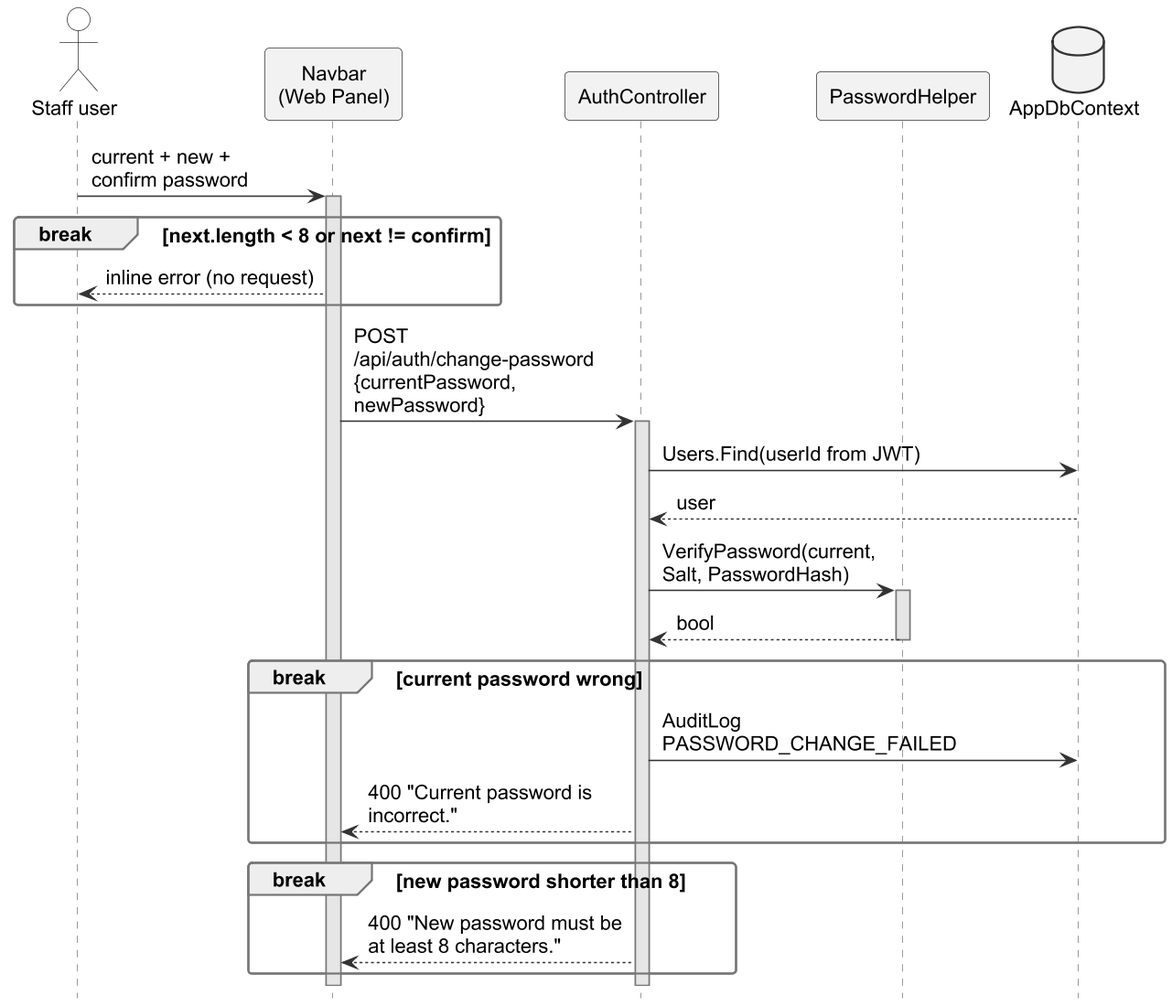
The PlantUML diagram important docs/fyp_doc_3chatp/Figures/seq_change_password.png in Haiderali27-hub/AI-Lab-Monitoring-, before a commit. Its source is kept beside it as important docs/fyp_doc_3chatp/Figures/src/seq_change_password.puml.
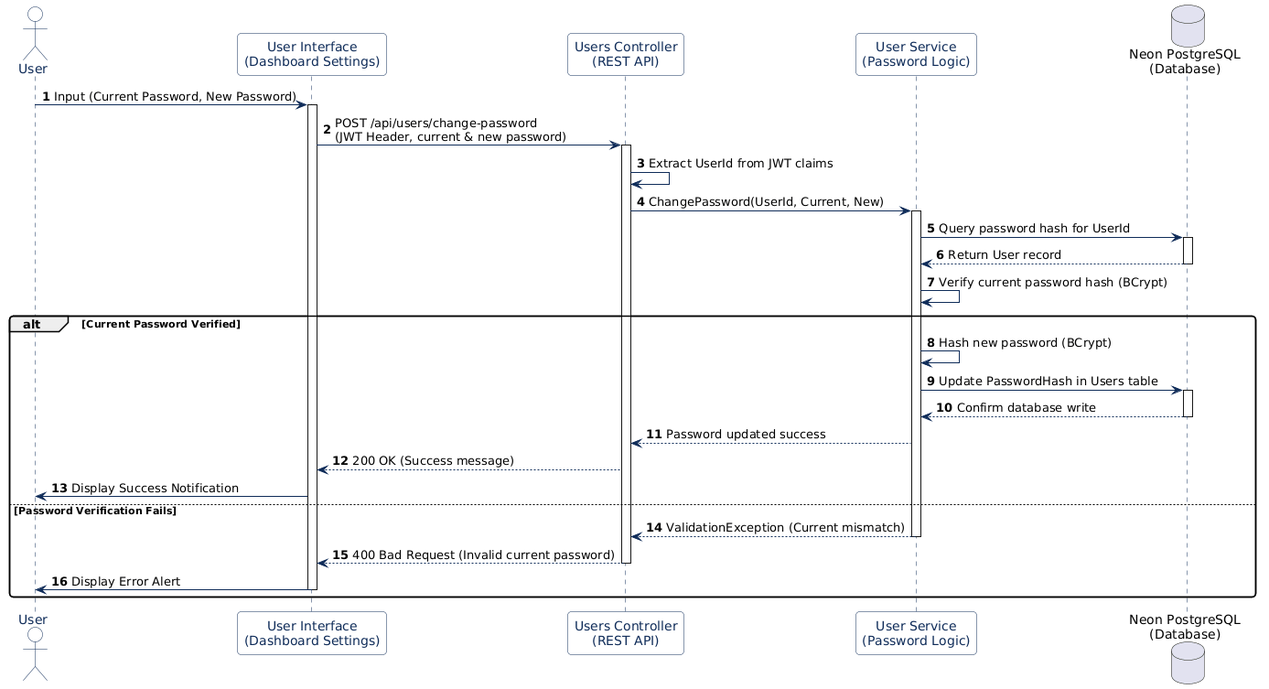
After the commit.

Change to the diagram source:
```diff
@@ -2,10 +2,10 @@
 !include style.iuml
 skinparam defaultFontSize 14
 skinparam ArrowFontSize 14
-skinparam maxMessageSize 200
+skinparam maxMessageSize 220
 hide footbox
 hide unlinked
-skinparam ParticipantPadding 2
+skinparam ParticipantPadding 4
 skinparam BoxPadding 0
 skinparam sequence {
   MessageAlign left
@@ -13,30 +13,30 @@
 }
 
 actor "Staff user" as U
-participant "Navbar\n(Web Panel)" as UI
+participant "Navbar\n(web panel)" as UI
 participant "AuthController" as AC
 participant "RefreshToken\nService" as RT
 participant "PasswordHelper" as PH
 database "AppDbContext" as DB
 
-U -> UI : current + new +\nconfirm password
+U -> UI : current, new and\nconfirm password
 activate UI
-break next.length < 8 or next != confirm
-  UI --> U : inline error (no request)
+break new < 8 characters,\nor confirm does not match
+  UI --> U : inline error\n(no request sent)
 end
-UI -> AC : POST /api/auth/change-password\n{currentPassword, newPassword}
+UI -> AC : change-password request
 activate AC
-AC -> DB : Users.Find(userId from JWT)
+AC -> DB : load user (from JWT)
 DB --> AC : user
-AC -> PH : VerifyPassword(current,\nSalt, PasswordHash)
+AC -> PH : verify current password
 activate PH
-PH --> AC : bool
+PH --> AC : true or false
 deactivate PH
 break current password wrong
-  AC -> DB : AuditLog PASSWORD_CHANGE_FAILED
-  AC --> UI : 400 "Current password is incorrect."
+  AC -> DB : audit\nPASSWORD_CHANGE_FAILED
+  AC --> UI : 400 wrong password
 end
-break new password shorter than 8
-  AC --> UI : 400 "New password must be\nat least 8 characters."
+break new password < 8 characters
+  AC --> UI : 400 too short
 end
 @enduml
```
